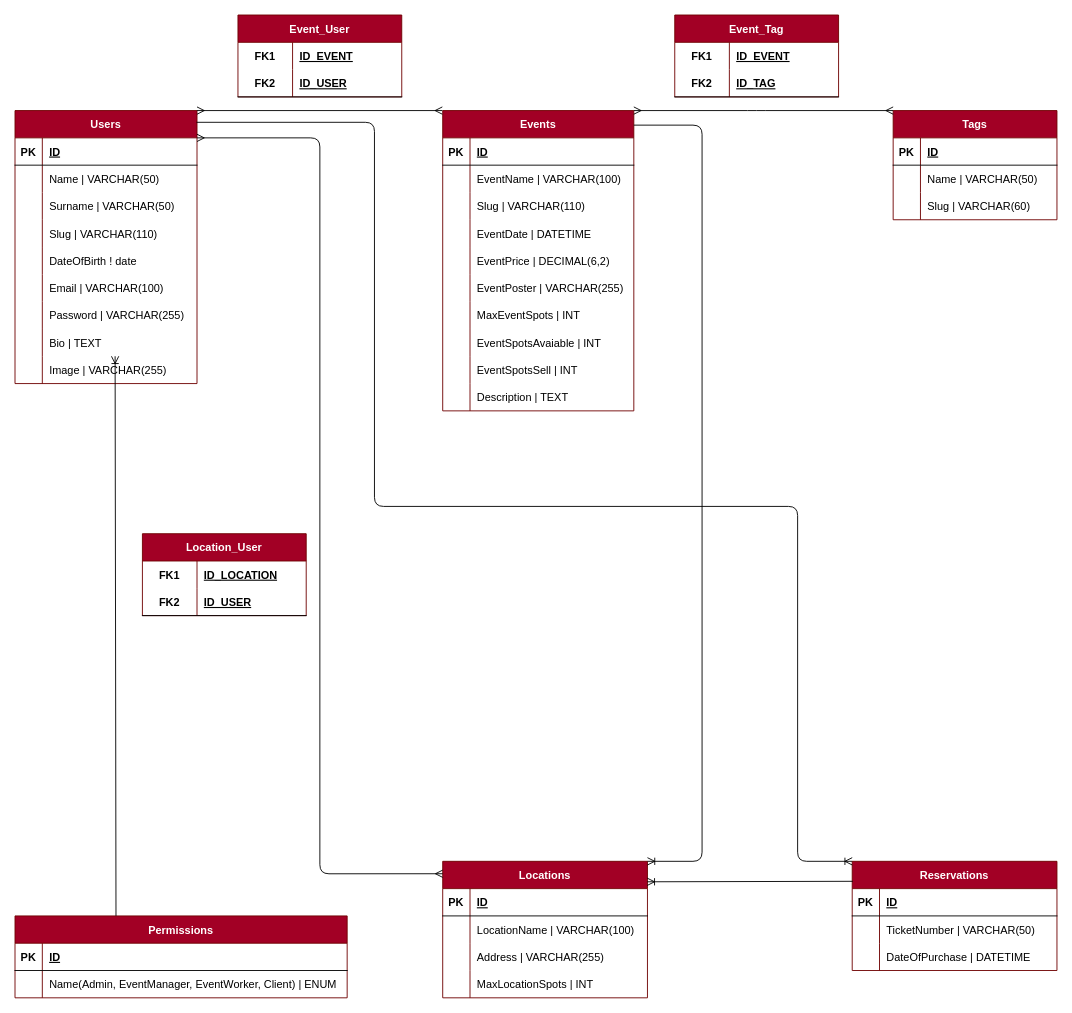
Earlier version of the draw.io diagram tables.drawio (SimoneCerri/db-gestore-eventi). Source tidied: cells renumbered, new cells numbered last; positions are measured from the earlier drawing's top-left corner, leaving out a move shared by most shapes. Both pictures are drawn from the tidied source at 91%, with x=0, y=0 at pixel (15, 15).
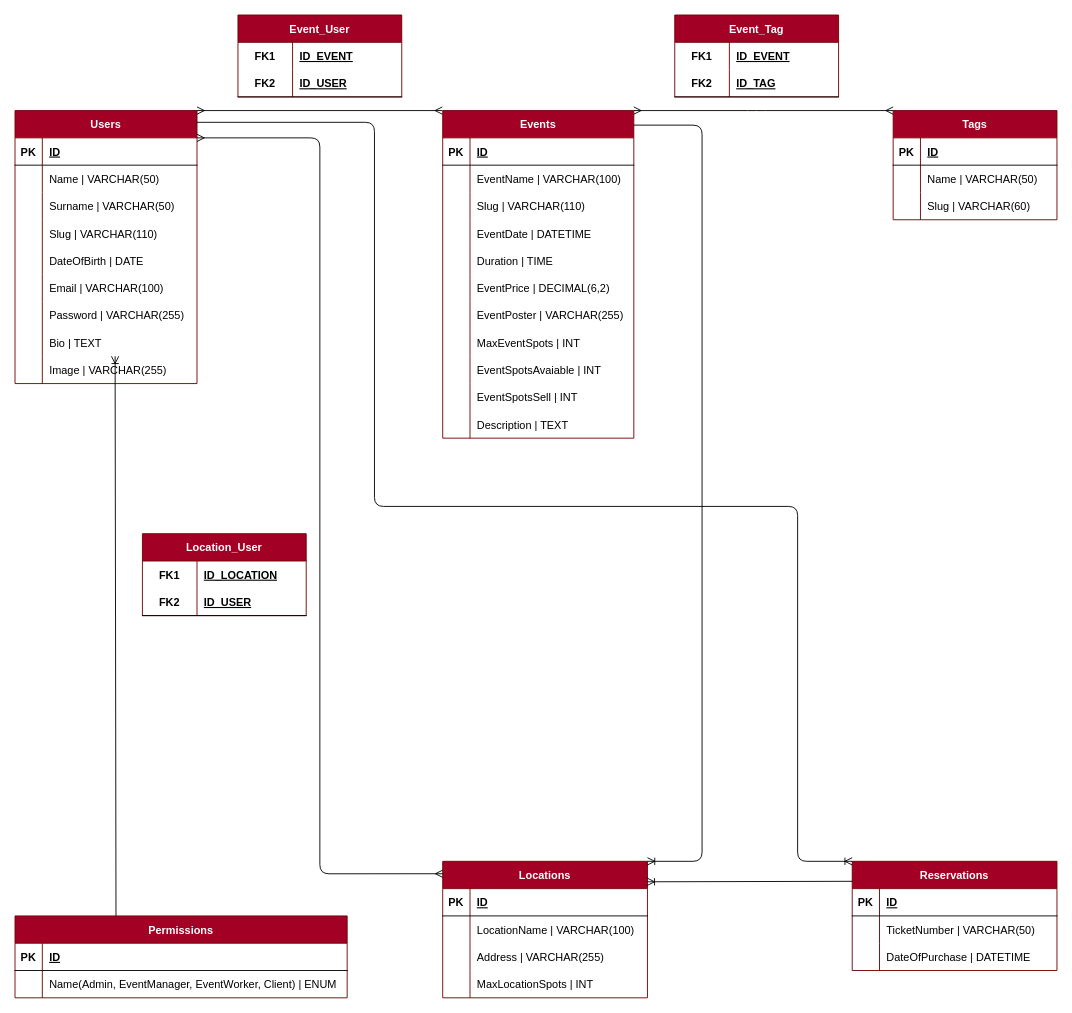
Above is the later version.

Commit message (it also covers changes not shown here):
fix typo in tables

The change refers to these unchanged cells:
```xml
<mxCell id="15" style="shape=tableRow;horizontal=0;startSize=0;swimlaneHead=0;swimlaneBody=0;fillColor=none;top=0;left=0;right=0;bottom=0;" parent="2" vertex="1">
  <mxGeometry y="150" width="200" height="30" as="geometry" />
</mxCell>
```

What changed in the source:
```diff
@@
-    <mxCell id="17" value="DateOfBirth ! date" style="shape=partialRectangle;fillColor=none;top=0;left=0;bottom=0;right=0;align=left;spacingLeft=6;overflow=hidden;" parent="15" vertex="1">
+    <mxCell id="17" value="DateOfBirth | DATE" style="shape=partialRectangle;fillColor=none;top=0;left=0;bottom=0;right=0;align=left;spacingLeft=6;overflow=hidden;" parent="15" vertex="1">
       <mxGeometry x="30" width="170" height="30" as="geometry" />
     </mxCell>
@@
     <mxCell id="30" value="Events" style="shape=table;startSize=30;childLayout=tableLayout;rowLines=0;fontStyle=1;align=center;fillColor=#a20025;fontColor=#ffffff;strokeColor=#6F0000;" parent="1" vertex="1">
-      <mxGeometry x="470" y="105" width="210" height="330" as="geometry" />
+      <mxGeometry x="470" y="105" width="210" height="360" as="geometry" />
     </mxCell>
@@
+    <mxCell id="129" style="shape=tableRow;horizontal=0;startSize=0;swimlaneHead=0;swimlaneBody=0;fillColor=none;top=0;left=0;right=0;bottom=0;" parent="30" vertex="1">
+      <mxGeometry y="150" width="210" height="30" as="geometry" />
+    </mxCell>
+    <mxCell id="130" style="shape=partialRectangle;fillColor=none;top=0;left=0;bottom=0;right=0;overflow=hidden;" parent="129" vertex="1">
+      <mxGeometry width="30" height="30" as="geometry" />
+    </mxCell>
+    <mxCell id="131" value="Duration | TIME" style="shape=partialRectangle;fillColor=none;top=0;left=0;bottom=0;right=0;align=left;spacingLeft=6;overflow=hidden;" parent="129" vertex="1">
+      <mxGeometry x="30" width="180" height="30" as="geometry" />
+    </mxCell>
     <mxCell id="43" style="shape=tableRow;horizontal=0;startSize=0;swimlaneHead=0;swimlaneBody=0;fillColor=none;top=0;left=0;right=0;bottom=0;" parent="30" vertex="1">
-      <mxGeometry y="150" width="210" height="30" as="geometry" />
+      <mxGeometry y="180" width="210" height="30" as="geometry" />
     </mxCell>
@@
     <mxCell id="46" style="shape=tableRow;horizontal=0;startSize=0;swimlaneHead=0;swimlaneBody=0;fillColor=none;top=0;left=0;right=0;bottom=0;" parent="30" vertex="1">
-      <mxGeometry y="180" width="210" height="30" as="geometry" />
+      <mxGeometry y="210" width="210" height="30" as="geometry" />
     </mxCell>
@@
     <mxCell id="49" style="shape=tableRow;horizontal=0;startSize=0;swimlaneHead=0;swimlaneBody=0;fillColor=none;top=0;left=0;right=0;bottom=0;" parent="30" vertex="1">
-      <mxGeometry y="210" width="210" height="30" as="geometry" />
+      <mxGeometry y="240" width="210" height="30" as="geometry" />
     </mxCell>
@@
     <mxCell id="52" style="shape=tableRow;horizontal=0;startSize=0;swimlaneHead=0;swimlaneBody=0;fillColor=none;top=0;left=0;right=0;bottom=0;" parent="30" vertex="1">
-      <mxGeometry y="240" width="210" height="30" as="geometry" />
+      <mxGeometry y="270" width="210" height="30" as="geometry" />
     </mxCell>
@@
     <mxCell id="55" style="shape=tableRow;horizontal=0;startSize=0;swimlaneHead=0;swimlaneBody=0;fillColor=none;top=0;left=0;right=0;bottom=0;" parent="30" vertex="1">
-      <mxGeometry y="270" width="210" height="30" as="geometry" />
+      <mxGeometry y="300" width="210" height="30" as="geometry" />
     </mxCell>
@@
     <mxCell id="58" style="shape=tableRow;horizontal=0;startSize=0;swimlaneHead=0;swimlaneBody=0;fillColor=none;top=0;left=0;right=0;bottom=0;" parent="30" vertex="1">
-      <mxGeometry y="300" width="210" height="30" as="geometry" />
+      <mxGeometry y="330" width="210" height="30" as="geometry" />
     </mxCell>
```
